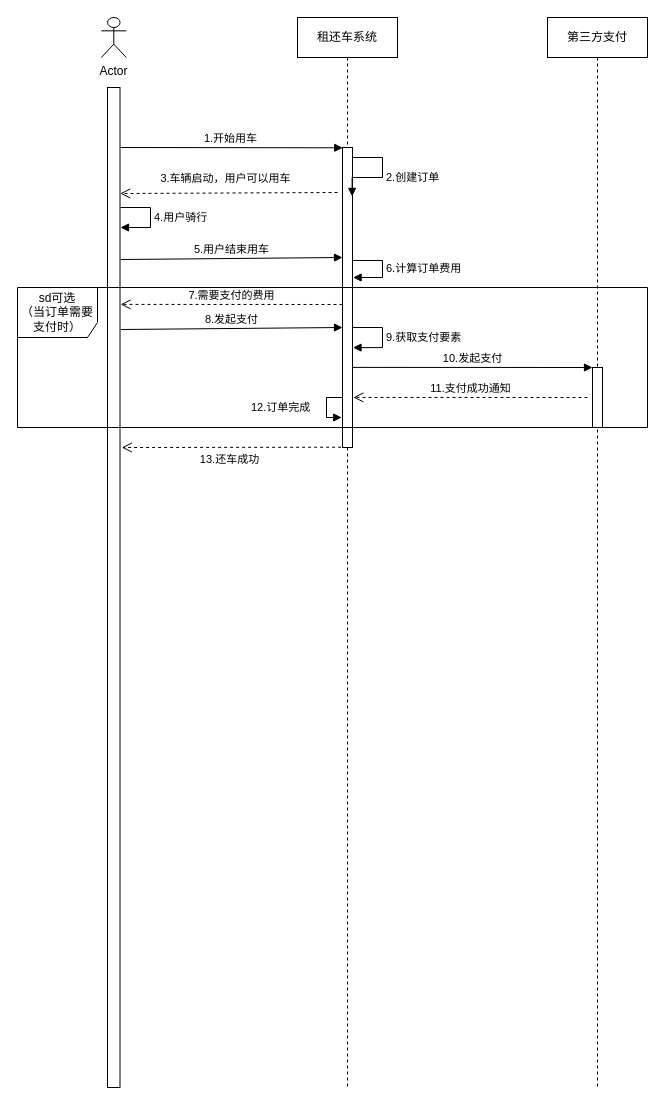
Earlier version of the draw.io diagram 未命名绘图.drawio (ZhangYupengCHY/collect). Source tidied: cells renumbered, new cells numbered last; positions are measured from the earlier drawing's top-left corner, leaving out a move shared by most shapes. Both pictures are drawn from the tidied source at 100%, with x=0, y=0 at pixel (17, 17).
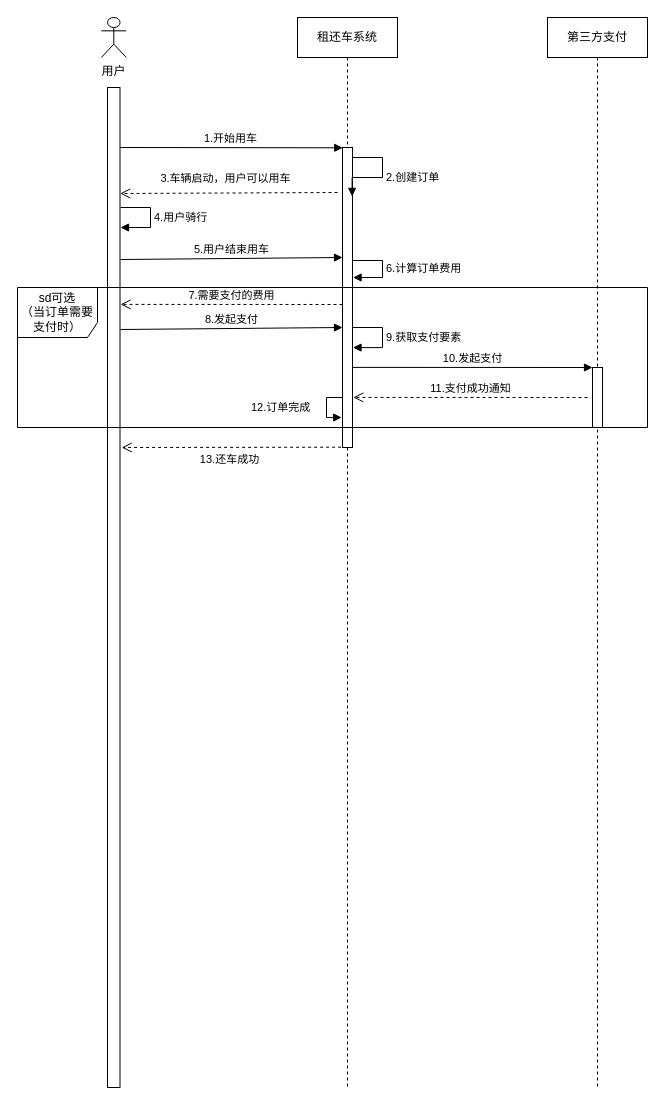
After the change.

Commit message:
租还车时序图.drawio

What changed in the source:
```diff
@@
-    <mxCell id="17" value="Actor" style="shape=umlActor;verticalLabelPosition=bottom;verticalAlign=top;html=1;" parent="1" vertex="1">
+    <mxCell id="17" value="用户" style="shape=umlActor;verticalLabelPosition=bottom;verticalAlign=top;html=1;" parent="1" vertex="1">
       <mxGeometry x="83.8" width="25" height="40" as="geometry" />
     </mxCell>
```
